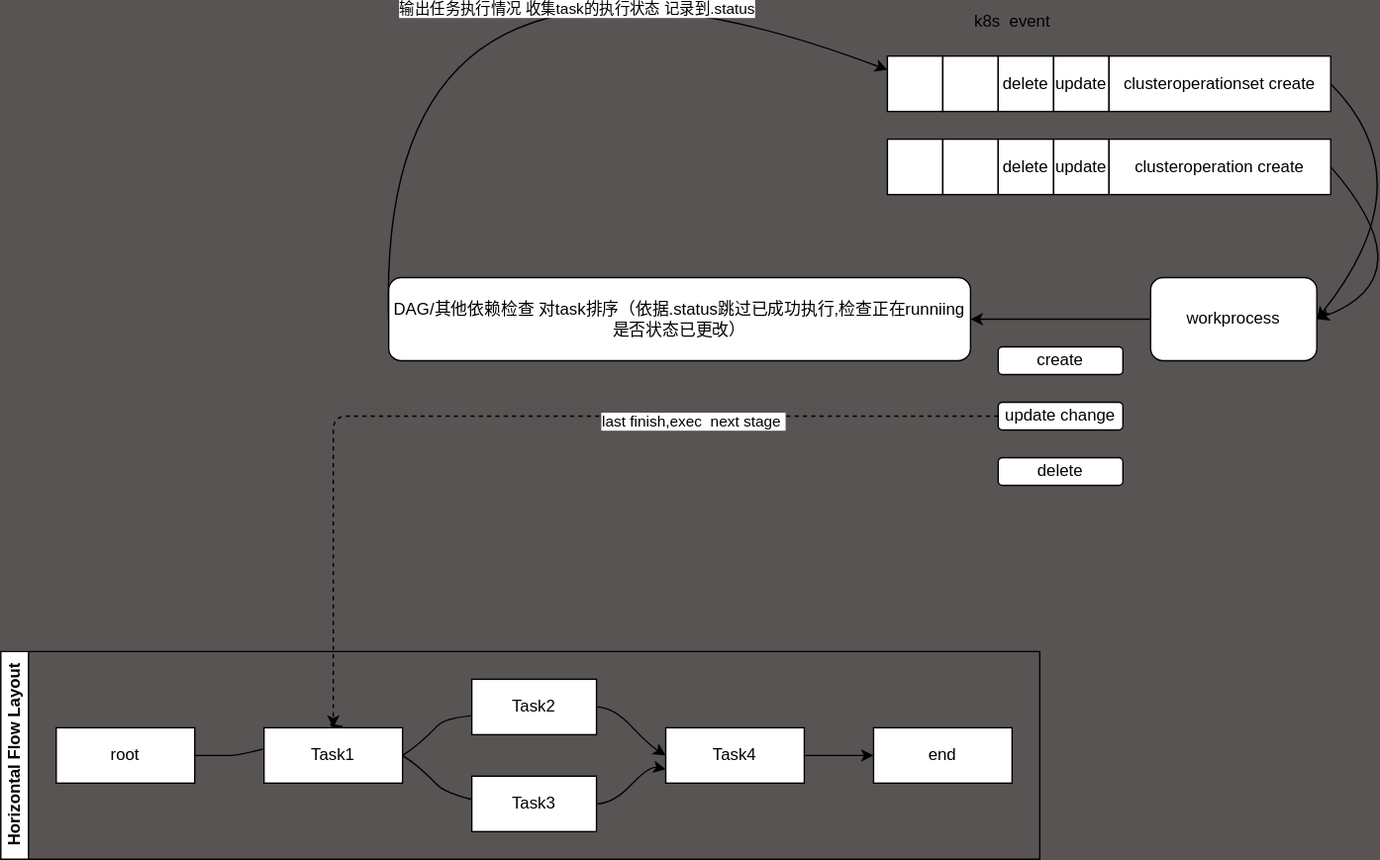
Above: clusteroperationset.svg in Goend/booksite (draw.io), before the change. Source tidied: cells renumbered, new cells last; positions are measured from the earlier drawing's top-left corner, leaving out a move shared by most shapes.
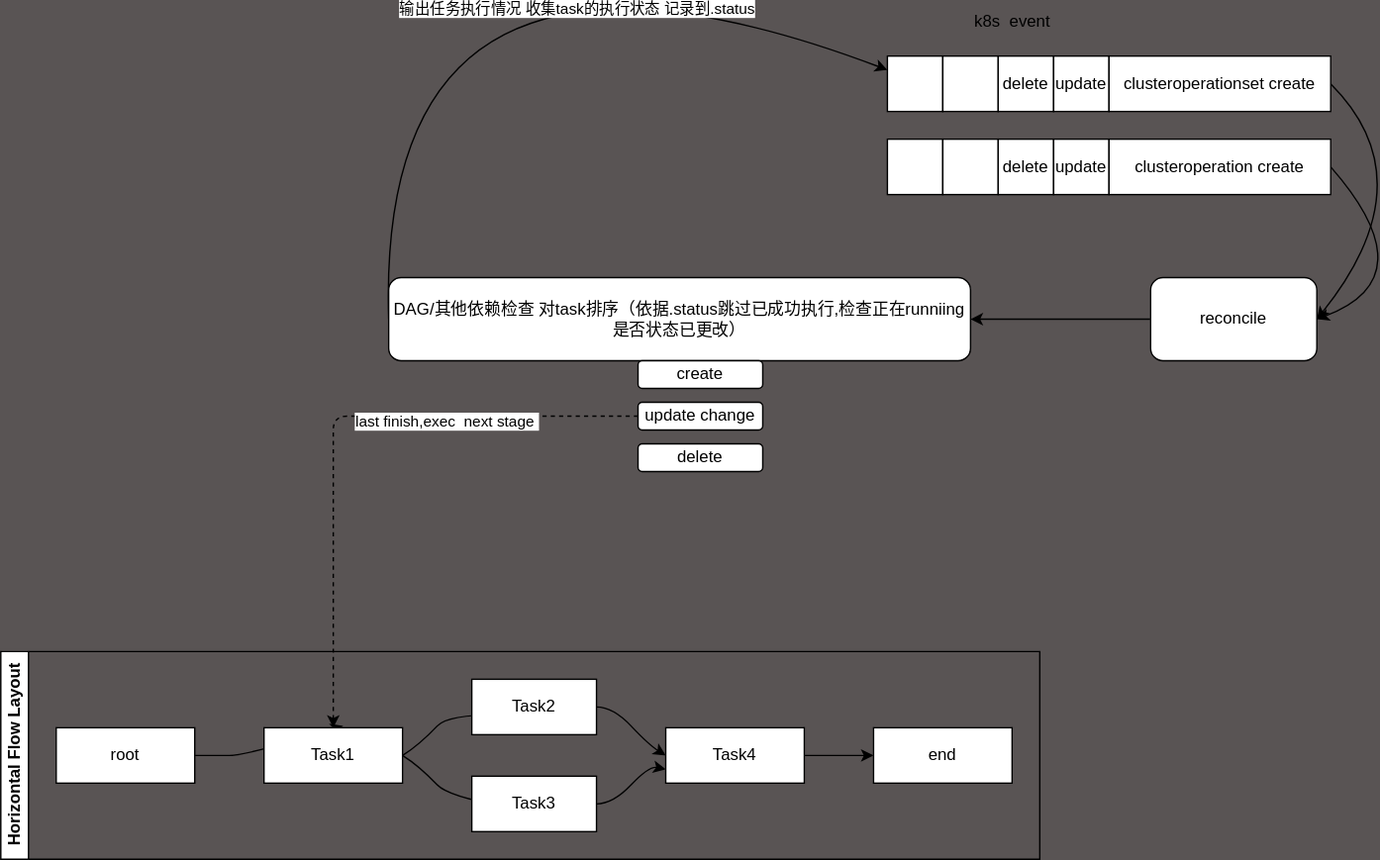
The same diagram one commit later.

Commit message:
update clusteroperation design

Diff of the diagram source:
```diff
@@ -43,7 +43,7 @@
     <mxCell id="12" style="edgeStyle=none;curved=1;html=1;exitX=0;exitY=0.5;exitDx=0;exitDy=0;entryX=1;entryY=0.5;entryDx=0;entryDy=0;" parent="1" edge="1" source="13" target="11">
       <mxGeometry relative="1" as="geometry" />
     </mxCell>
-    <mxCell id="13" value="workprocess" style="rounded=1;whiteSpace=wrap;html=1;" parent="1" vertex="1">
+    <mxCell id="13" value="reconcile" style="rounded=1;whiteSpace=wrap;html=1;" parent="1" vertex="1">
       <mxGeometry x="830" y="290" width="120" height="60" as="geometry" />
     </mxCell>
     <mxCell id="14" style="rounded=0;whiteSpace=wrap;html=1;" parent="1" vertex="1">
@@ -81,13 +81,13 @@
       </mxGeometry>
     </mxCell>
     <mxCell id="22" value="update change" style="rounded=1;whiteSpace=wrap;html=1;" parent="1" vertex="1">
-      <mxGeometry x="720" y="380" width="90" height="20" as="geometry" />
+      <mxGeometry x="460" y="380" width="90" height="20" as="geometry" />
     </mxCell>
     <mxCell id="23" value="create" style="rounded=1;whiteSpace=wrap;html=1;" parent="1" vertex="1">
-      <mxGeometry x="720" y="340" width="90" height="20" as="geometry" />
+      <mxGeometry x="460" y="350" width="90" height="20" as="geometry" />
     </mxCell>
     <mxCell id="24" value="delete" style="rounded=1;whiteSpace=wrap;html=1;" parent="1" vertex="1">
-      <mxGeometry x="720" y="420" width="90" height="20" as="geometry" />
+      <mxGeometry x="460" y="410" width="90" height="20" as="geometry" />
     </mxCell>
     <mxCell id="25" value="Horizontal Flow Layout" style="swimlane;html=1;startSize=20;horizontal=0;flowOrientation=west;interRankCellSpacing=50;containerType=tree;fontSize=12;" parent="1" vertex="1">
       <mxGeometry y="560" width="750" height="150" as="geometry" />
```
